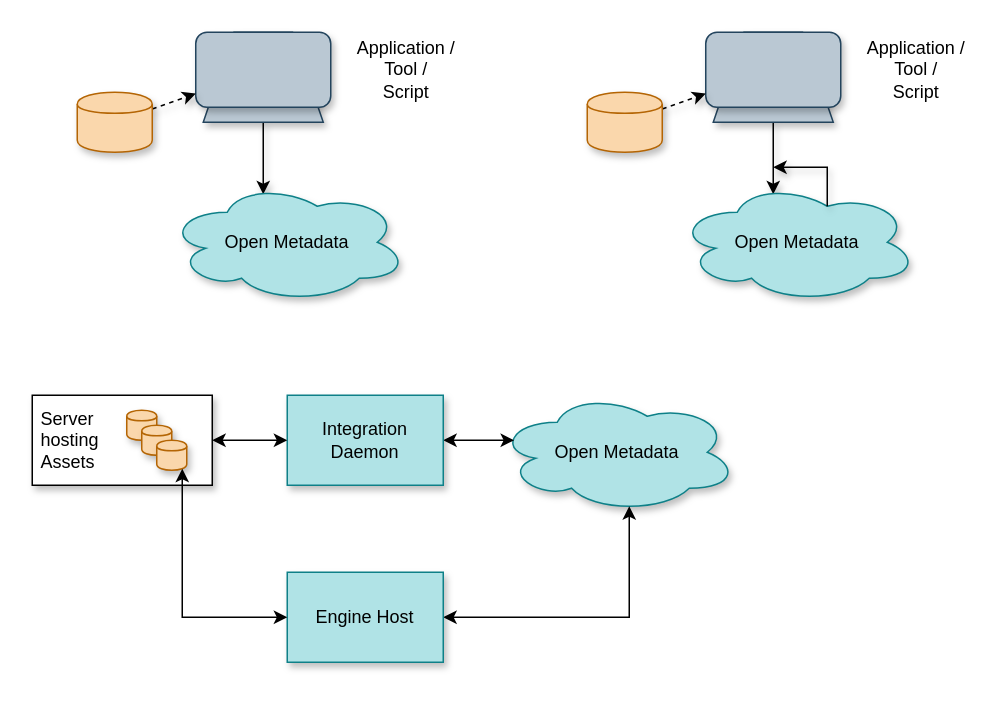
Earlier version of the draw.io diagram page "catalog-automation" (3 of 8) of site/docs/features/integrated-cataloguing/cataloging-assets.drawio (odpi/egeria-docs). Source tidied: cells renumbered, new cells numbered last; positions are measured from the earlier drawing's top-left corner, leaving out a move shared by most shapes. Both pictures are drawn from the tidied source at 150%, with x=0, y=0 at pixel (32, 32).
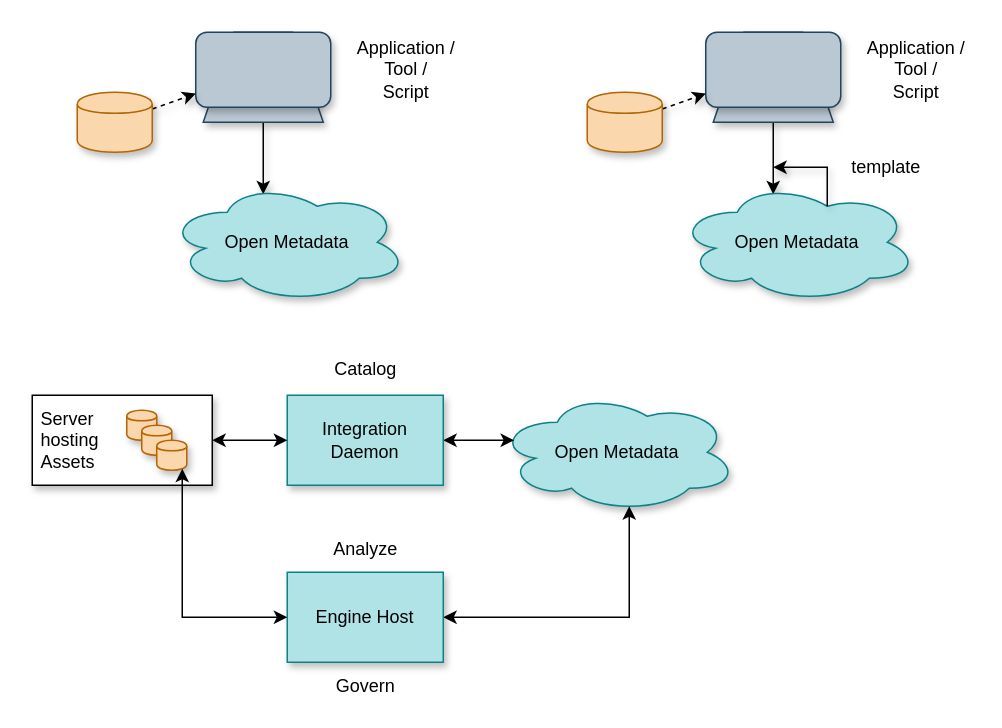
The same page after the edit.

The edit, as a diff of the source:
```diff
@@
+    <mxCell id="28" value="template" style="text;html=1;align=center;verticalAlign=middle;strokeColor=none;fillColor=none;" parent="1" vertex="1">
+      <mxGeometry x="539" y="80" width="60" height="20" as="geometry" />
+    </mxCell>
+    <mxCell id="29" value="Catalog" style="text;html=1;align=center;verticalAlign=middle;strokeColor=none;fillColor=none;" parent="1" vertex="1">
+      <mxGeometry x="192" y="215" width="60" height="20" as="geometry" />
+    </mxCell>
+    <mxCell id="30" value="Analyze" style="text;html=1;align=center;verticalAlign=middle;strokeColor=none;fillColor=none;" parent="1" vertex="1">
+      <mxGeometry x="192" y="335" width="60" height="20" as="geometry" />
+    </mxCell>
+    <mxCell id="31" value="Govern" style="text;html=1;align=center;verticalAlign=middle;strokeColor=none;fillColor=none;" parent="1" vertex="1">
+      <mxGeometry x="197" y="426" width="50" height="20" as="geometry" />
+    </mxCell>
```
